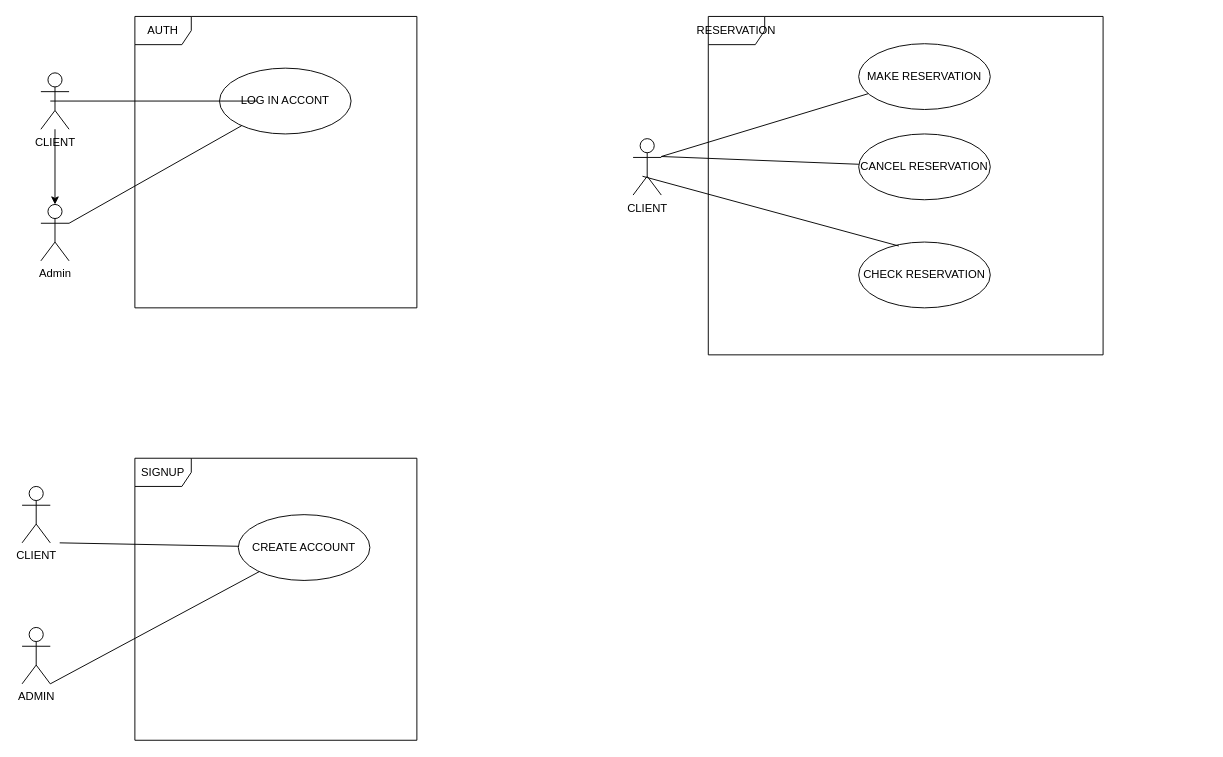
Earlier version of the draw.io diagram SQL.drawio (LUZAmaxxp/MSQL). Source tidied: cells renumbered, new cells numbered last; positions are measured from the earlier drawing's top-left corner, leaving out a move shared by most shapes. Both pictures are drawn from the tidied source at 94%, with x=0, y=0 at pixel (22, 16).
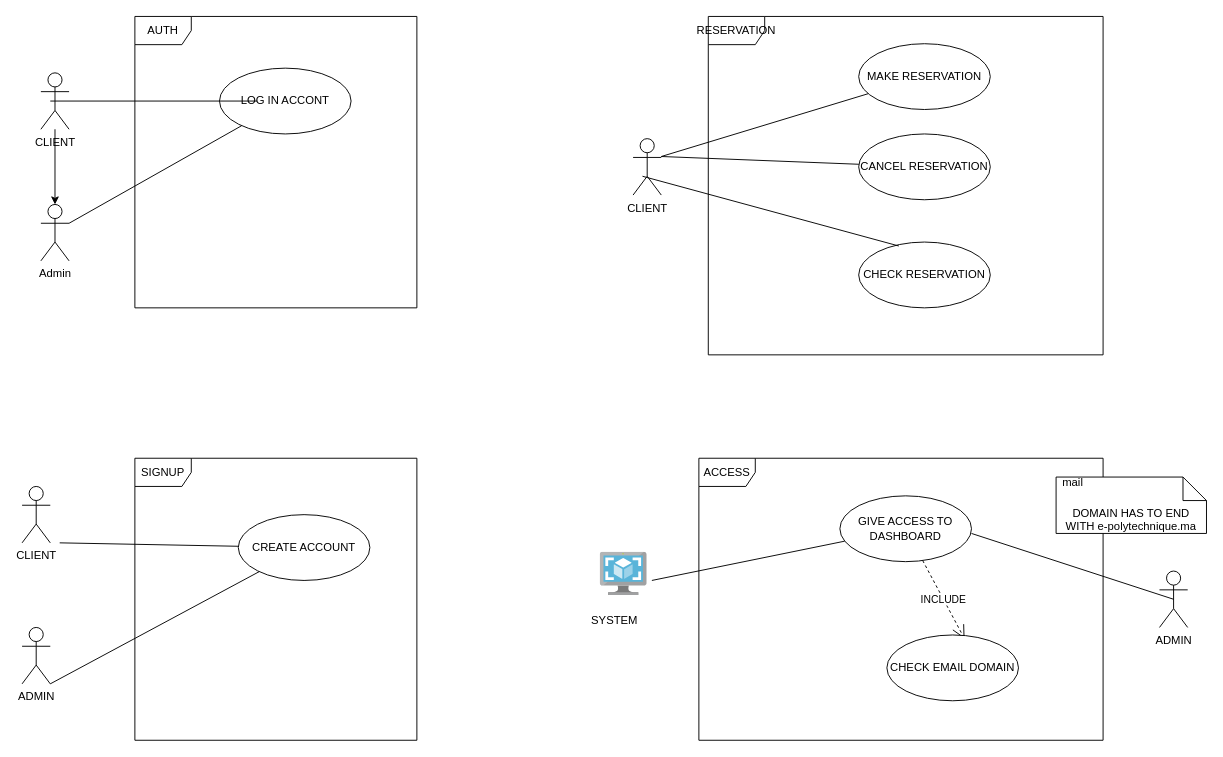
The same page after the edit.

The edit, as a diff of the source:
```diff
@@
+    <mxCell id="23" value="ACCESS" style="shape=umlFrame;whiteSpace=wrap;html=1;" parent="1" vertex="1">
+      <mxGeometry x="720" y="470" width="430" height="300" as="geometry" />
+    </mxCell>
+    <mxCell id="24" style="image;sketch=0;html=1;align=center;fontSize=12;image=img/lib/mscae/VM_Images.svg;" parent="1" vertex="1">
+      <mxGeometry x="615" y="570" width="50" height="46" as="geometry" />
+    </mxCell>
+    <mxCell id="25" value="SYSTEM" style="text;html=1;align=center;verticalAlign=middle;strokeColor=none;fillColor=none;" parent="1" vertex="1">
+      <mxGeometry x="595" y="628" width="70" height="30" as="geometry" />
+    </mxCell>
+    <mxCell id="26" value="GIVE ACCESS TO DASHBOARD" style="ellipse;whiteSpace=wrap;html=1;" parent="1" vertex="1">
+      <mxGeometry x="870" y="510" width="140" height="70" as="geometry" />
+    </mxCell>
+    <mxCell id="27" value="INCLUDE" style="endArrow=open;endSize=12;dashed=1;html=1;rounded=0;entryX=0.59;entryY=0.057;entryDx=0;entryDy=0;entryPerimeter=0;" parent="1" edge="1" source="26" target="28">
+      <mxGeometry relative="1" as="geometry" />
+    </mxCell>
+    <mxCell id="28" value="CHECK EMAIL DOMAIN" style="ellipse;whiteSpace=wrap;html=1;" parent="1" vertex="1">
+      <mxGeometry x="920" y="658" width="140" height="70" as="geometry" />
+    </mxCell>
+    <mxCell id="29" value="DOMAIN HAS TO END WITH e-polytechnique.ma" style="shape=note2;boundedLbl=1;whiteSpace=wrap;html=1;size=25;verticalAlign=top;align=center;" parent="1" vertex="1">
+      <mxGeometry x="1100" y="490" width="160" height="60" as="geometry" />
+    </mxCell>
+    <mxCell id="30" value="mail&#10;" style="strokeColor=none;fillColor=none;align=left;spacingLeft=5;" parent="29" vertex="1">
+      <mxGeometry width="160" height="25" relative="1" as="geometry" />
+    </mxCell>
+    <mxCell id="31" style="endArrow=none;html=1;rounded=0;" parent="1" edge="1" target="26">
+      <mxGeometry relative="1" as="geometry">
+        <mxPoint x="670" y="600" as="sourcePoint" />
+      </mxGeometry>
+    </mxCell>
+    <mxCell id="32" style="endArrow=none;html=1;rounded=0;entryX=0.5;entryY=0.5;entryDx=0;entryDy=0;entryPerimeter=0;" parent="1" edge="1" target="33">
+      <mxGeometry relative="1" as="geometry">
+        <mxPoint x="1010" y="550" as="sourcePoint" />
+      </mxGeometry>
+    </mxCell>
+    <mxCell id="33" value="ADMIN&lt;div&gt;&lt;br&gt;&lt;/div&gt;" style="shape=umlActor;verticalLabelPosition=bottom;verticalAlign=top;html=1;" parent="1" vertex="1">
+      <mxGeometry x="1210" y="590" width="30" height="60" as="geometry" />
+    </mxCell>
```
